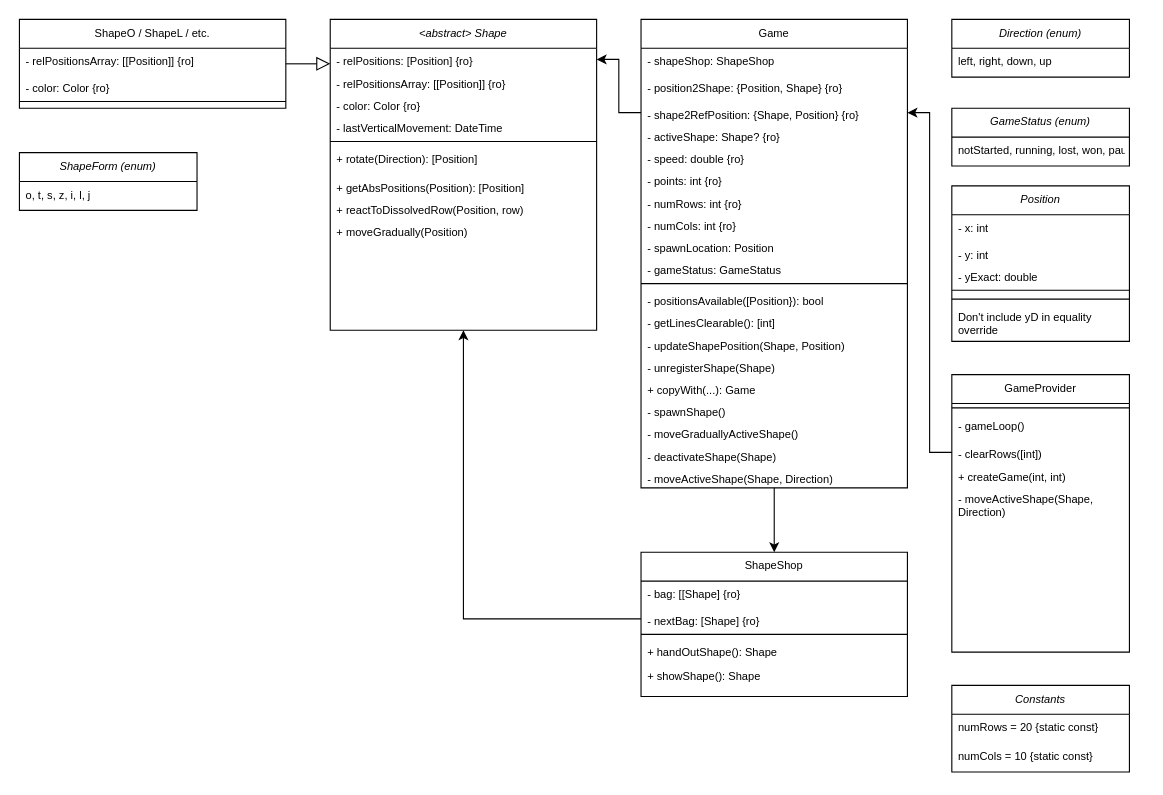
Earlier version of the draw.io diagram lib/documentation/classes.drawio (AUSoft-Kassel/tetris). Source tidied: cells renumbered, new cells numbered last; positions are measured from the earlier drawing's top-left corner, leaving out a move shared by most shapes. Both pictures are drawn from the tidied source at 111%, with x=0, y=0 at pixel (19, 19).
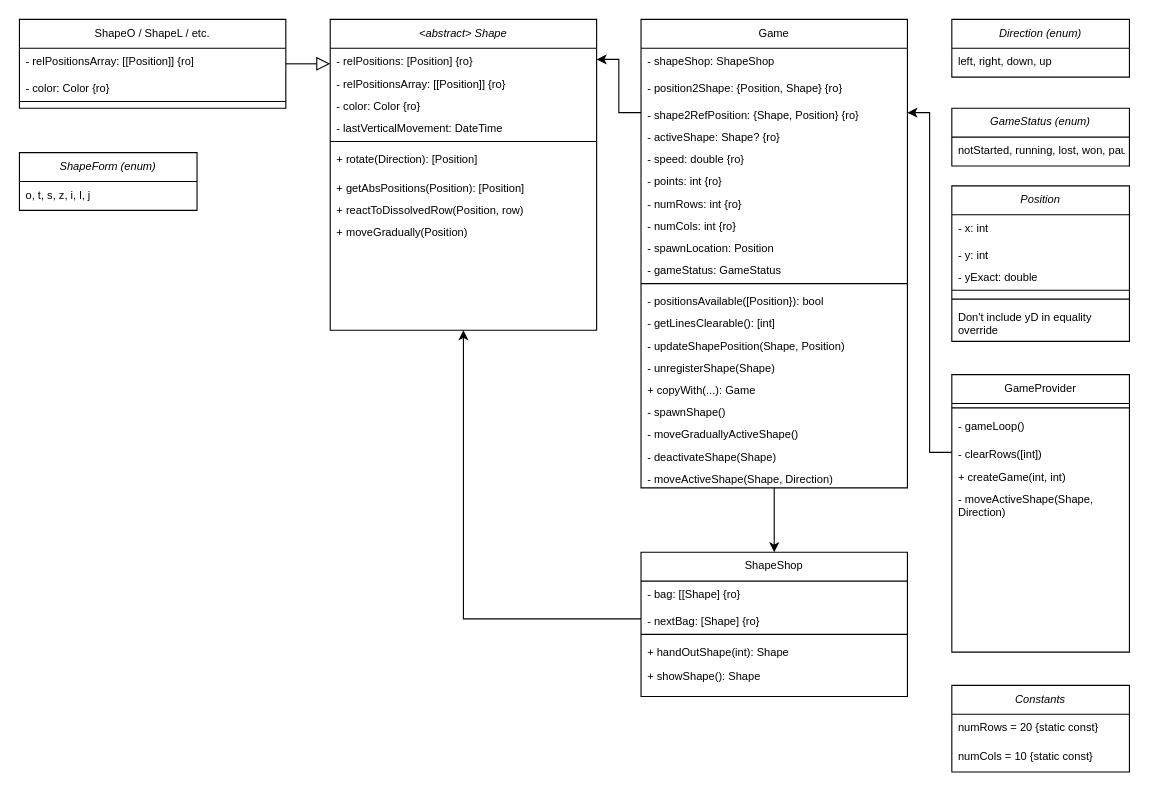
The same diagram, later.

The change refers to these unchanged cells:
```xml
<mxCell id="42" value="ShapeShop" style="swimlane;fontStyle=0;align=center;verticalAlign=top;horizontal=1;startSize=26;rounded=0;shadow=0;strokeWidth=1;fontSize=10;" parent="1" vertex="1">
  <mxGeometry x="560" y="480" width="240" height="130" as="geometry" />
</mxCell>
```

Change to the diagram source:
```diff
@@
-    <mxCell id="46" value="+ handOutShape(): Shape" style="text;align=left;verticalAlign=top;spacingLeft=4;spacingRight=4;overflow=hidden;fontSize=10;whiteSpace=wrap;" parent="42" vertex="1">
+    <mxCell id="46" value="+ handOutShape(int): Shape" style="text;align=left;verticalAlign=top;spacingLeft=4;spacingRight=4;overflow=hidden;fontSize=10;whiteSpace=wrap;" parent="42" vertex="1">
       <mxGeometry y="78" width="240" height="22" as="geometry" />
     </mxCell>
```
